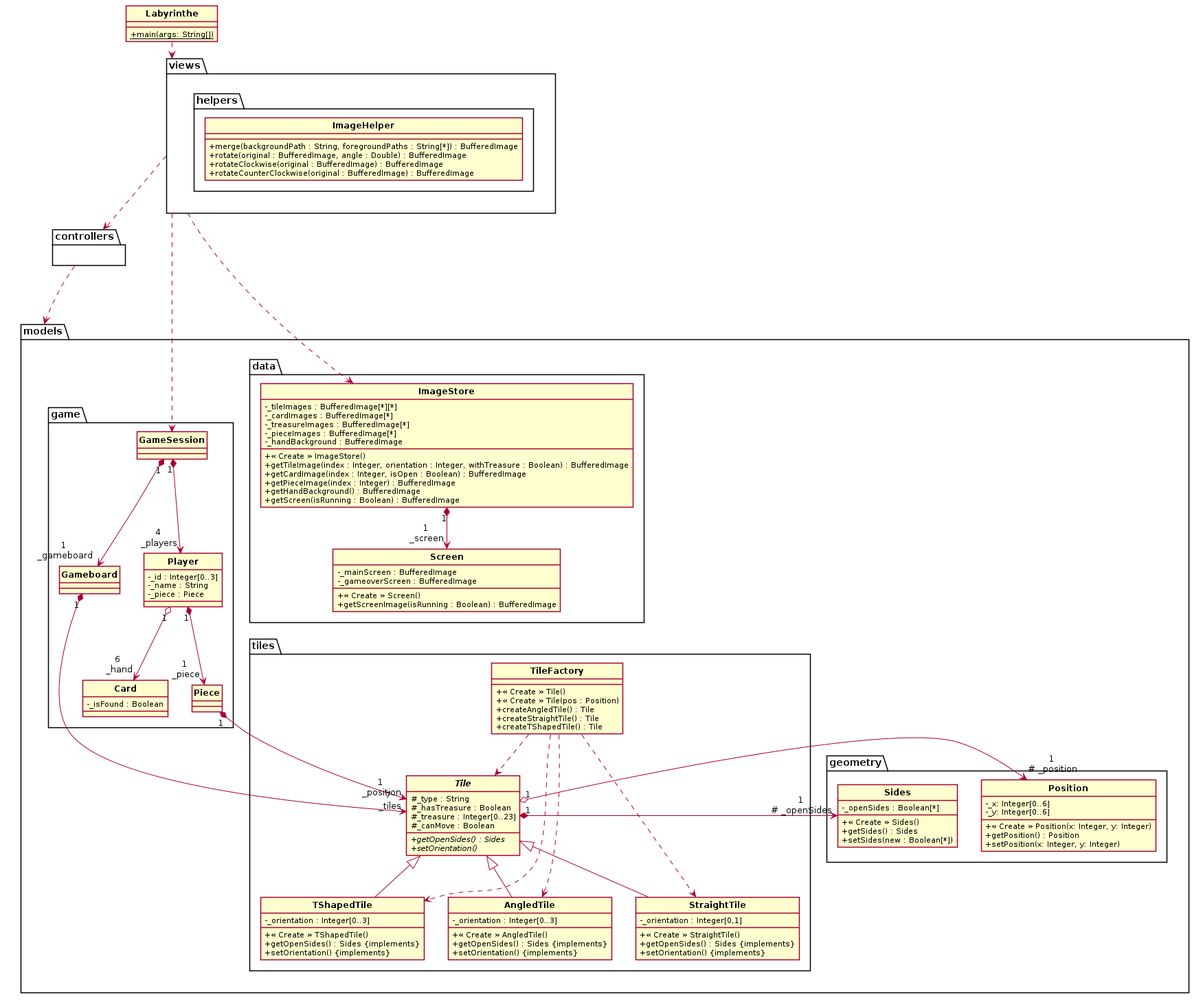
Above: uml/Labyrinthe.png in ElenaFri/labyrinthe (PlantUML), before the change. Its source is kept beside it as uml/labyrinthe.puml.
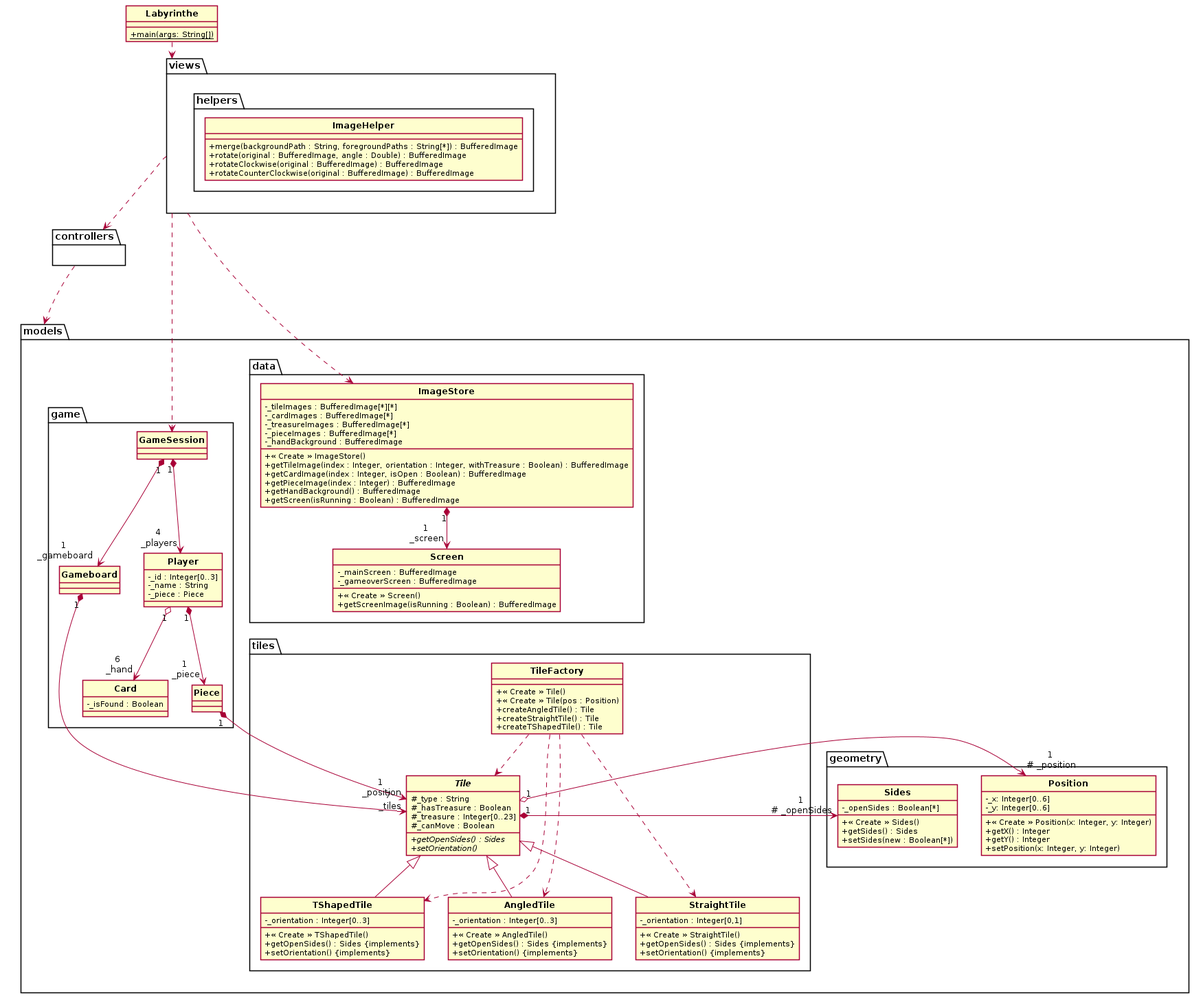
The same file after the commit.

Commit message:
Début de l'implémentation : classe Position

Diff of the diagram source:
```diff
@@ -78,7 +78,8 @@
 			- _x: Integer[0..6]
 			- _y: Integer[0..6]
 			+ « Create » Position(x: Integer, y: Integer)
-			+ getPosition() : Position
+			+ getX() : Integer
+			+ getY() : Integer
 			+ setPosition(x: Integer, y: Integer)
 		}
 	}
```
